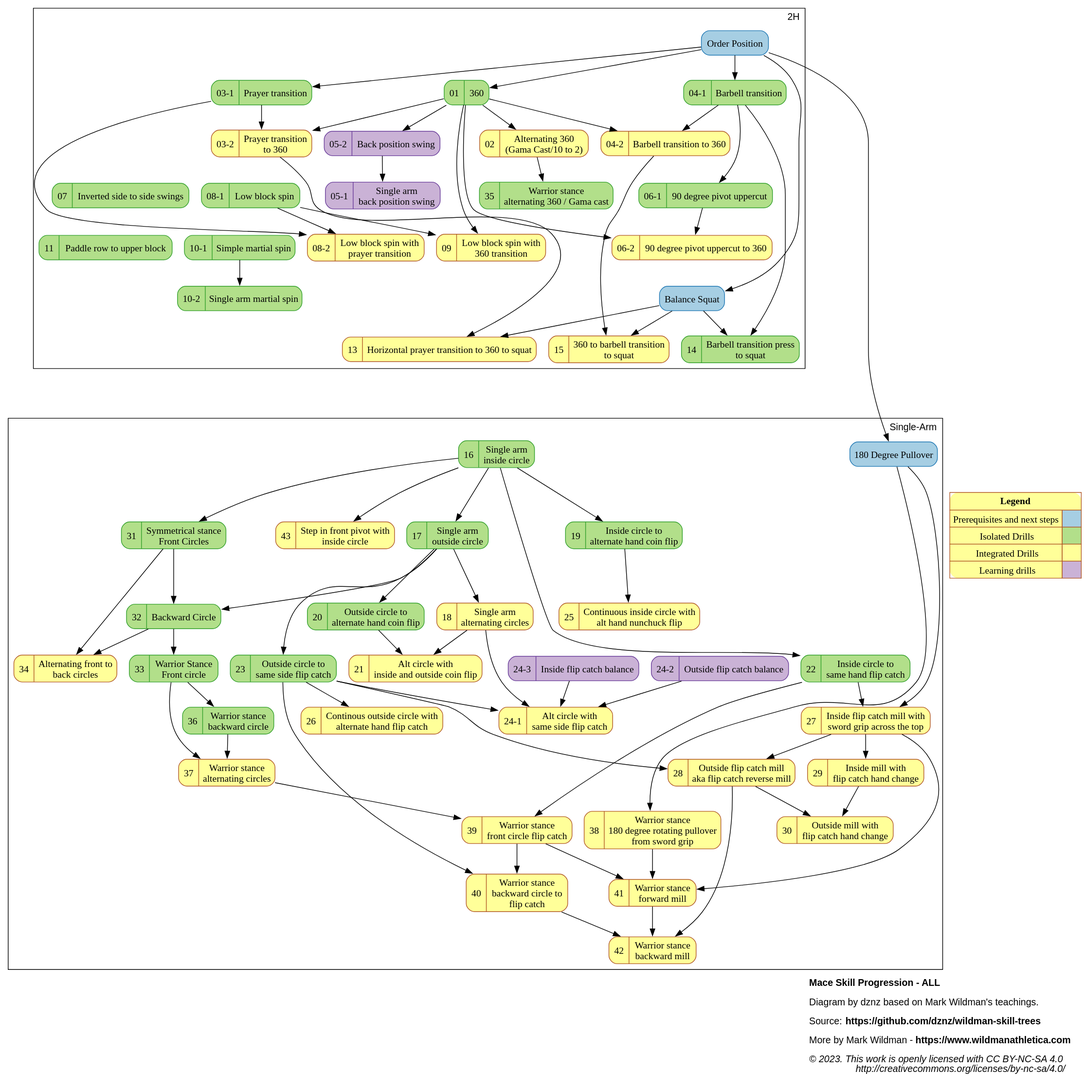
dznz/wildman-skill-trees keeps this PlantUML diagram as dist/mace_progression_ALL.svg. Above is the earlier version. Its source is kept beside it as src/mace/mace_progression_ALL.puml.
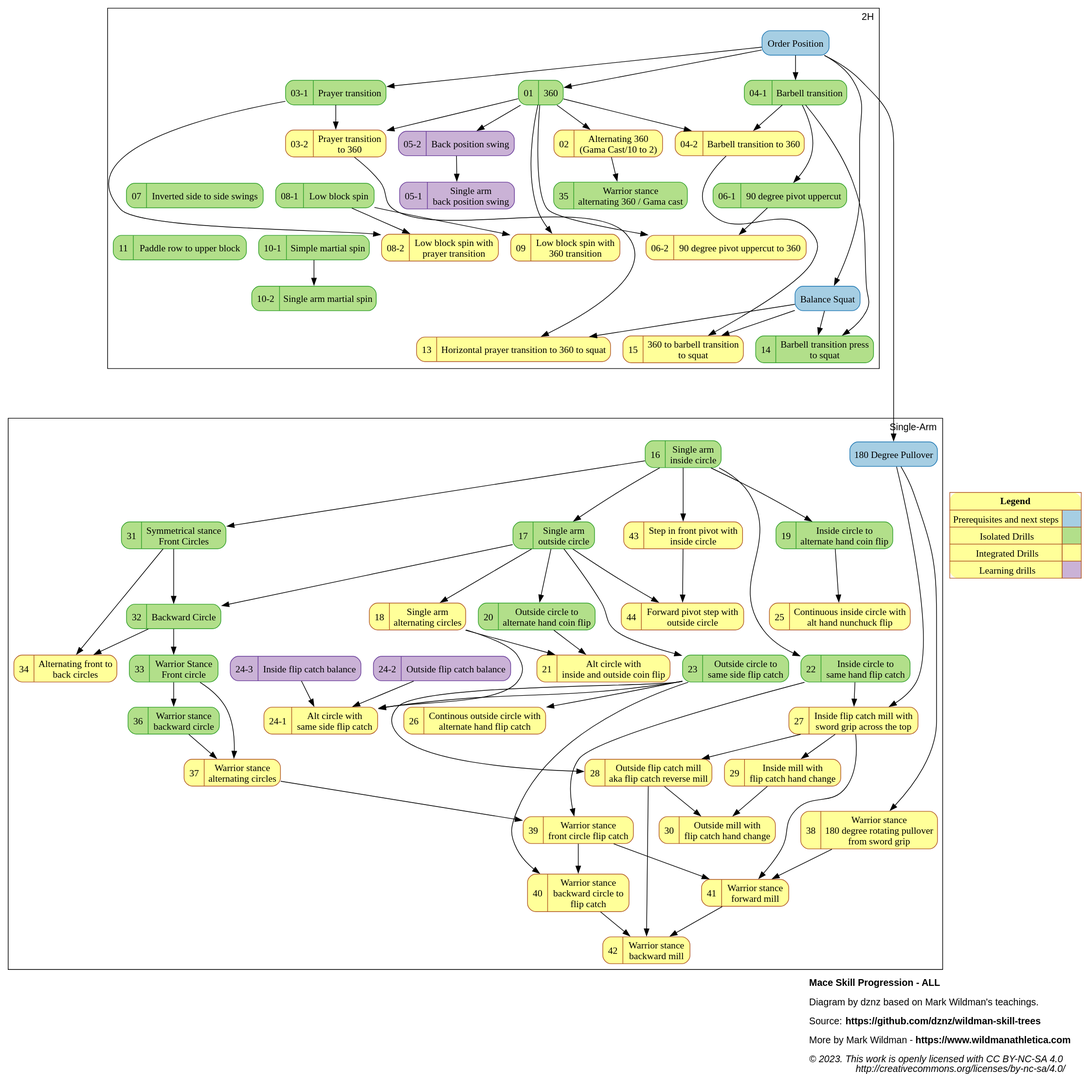
After the change.

Commit message:
feat(mace_progression) add M-44

What changed in the source:
```diff
@@ -94,6 +94,8 @@
 mov_42_warbwdmill             [label="{{42  |Warrior stance\nbackward mill}}"                                 URL="https://www.youtube.com/watch?v=HaQqkf-cSHE" ];
 mov_43_sifpivotwincircle      [label="{{43  |Step in front pivot with\ninside circle}}"                       URL="https://www.youtube.com/watch?v=i2Zj4t-uIB8" ];
 
+mov_44_sifpivotwoutcircle     [label="{{44  |Forward pivot step with\noutside circle}}"       URL="https://www.youtube.com/watch?v=VqW8JavN1g4" ];
+
 // LAYOUT HACKS
 
   {
@@ -155,7 +157,8 @@
     mov_27_inflip180pull -> mov_41_warfwdmill
     mov_28_outflipmill -> mov_42_warbwdmill
 
-    mov_16_saincircle -> mov_43_sifpivotwincircle
+    mov_16_saincircle -> mov_43_sifpivotwincircle -> mov_44_sifpivotwoutcircle
+    mov_17_saoutcircle -> mov_44_sifpivotwoutcircle
 
     {rank=same; ext_180pull; mov_16_saincircle}
     {rank=same; mov_17_saoutcircle; mov_19_incircle2altcoin}
```
